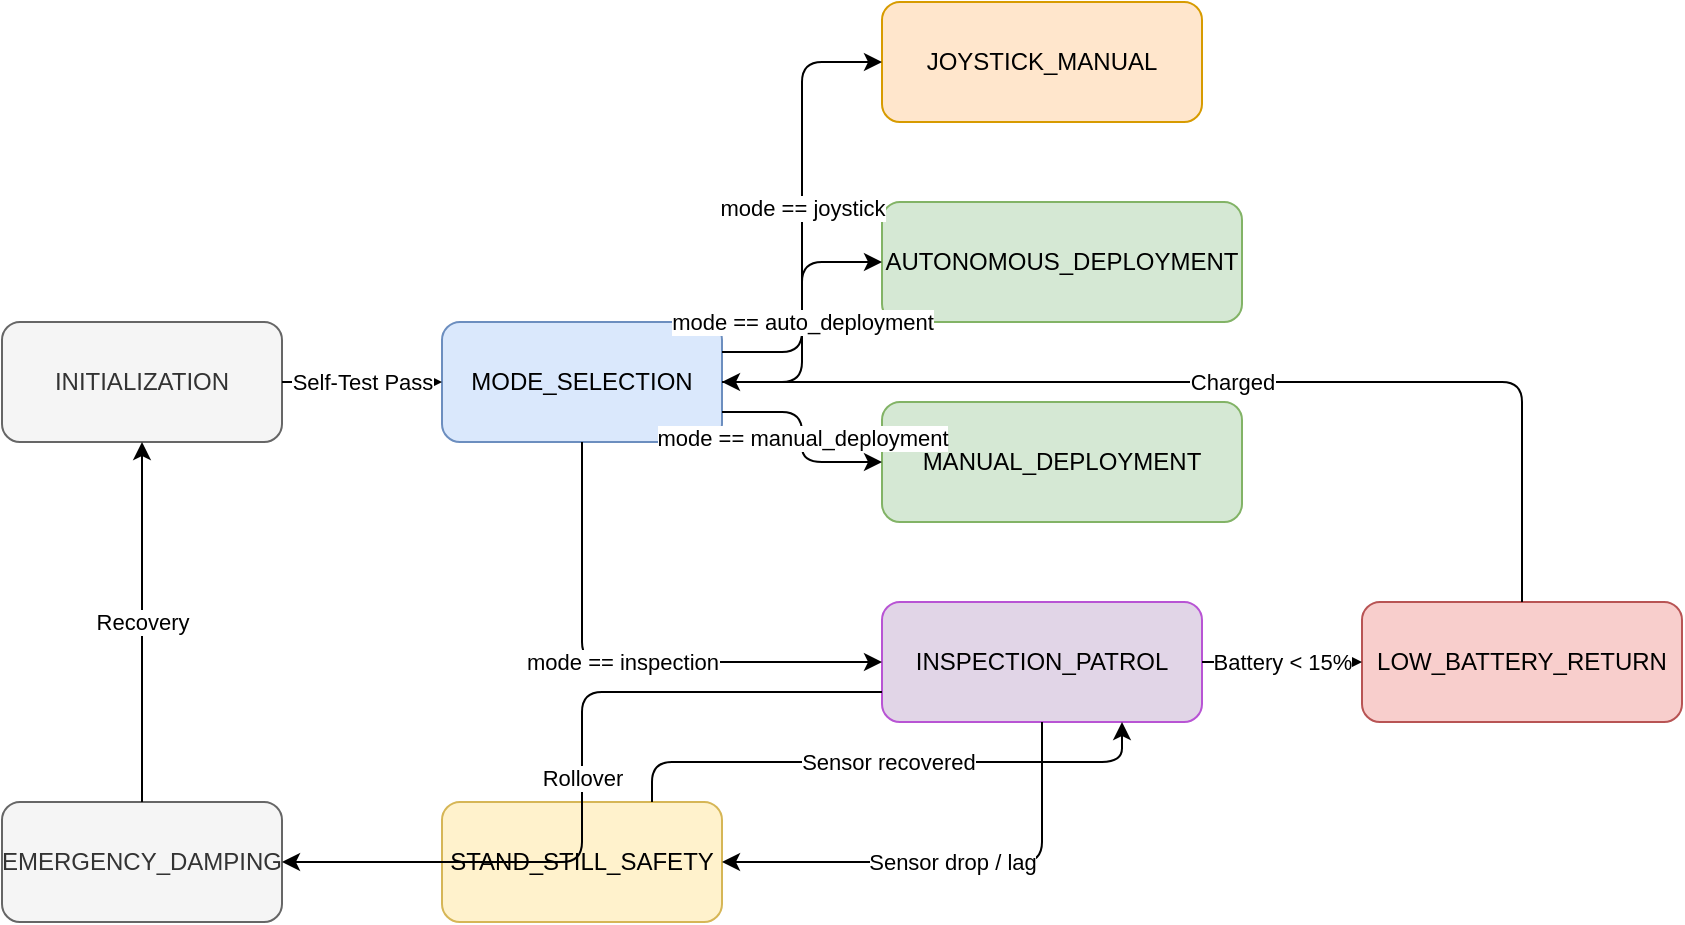
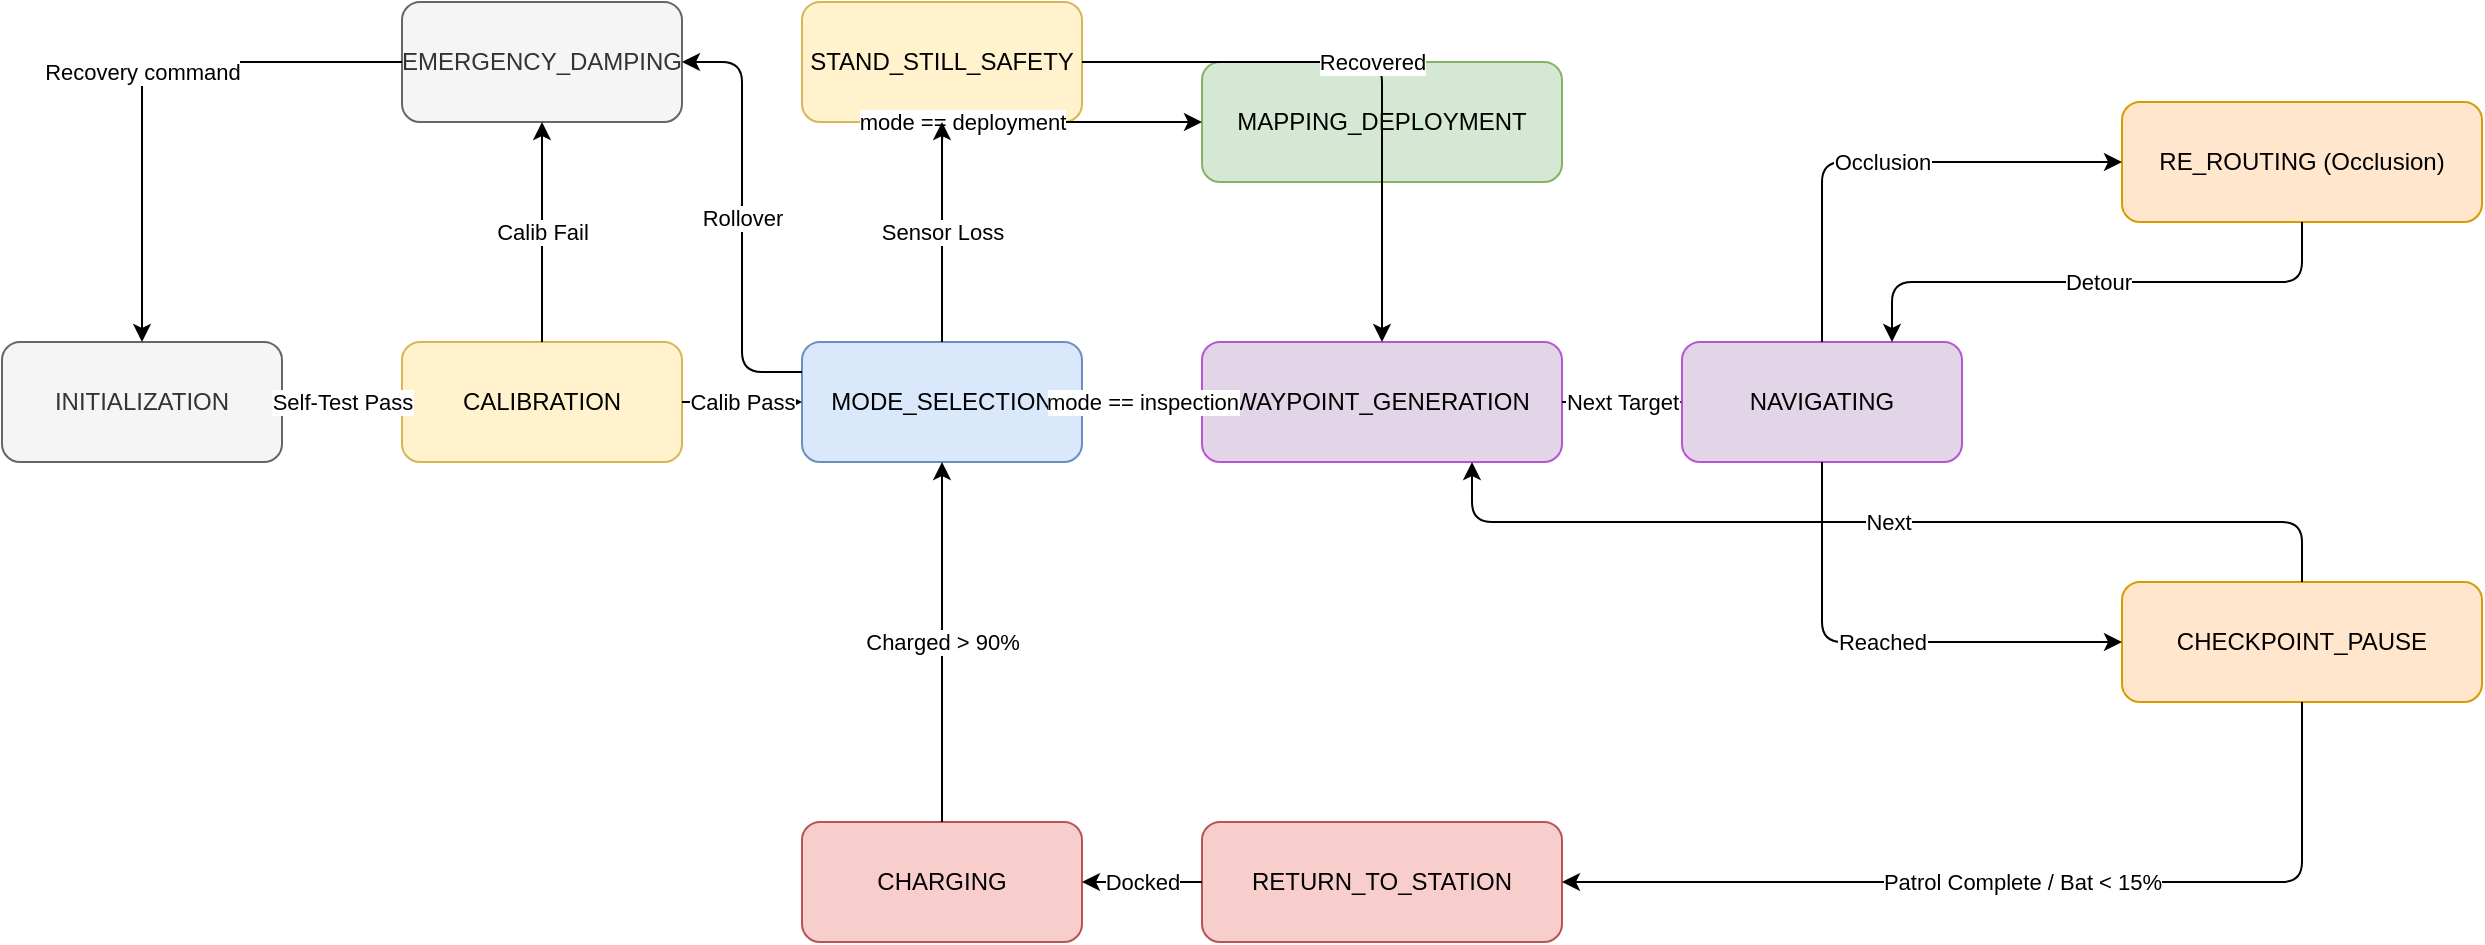
<mxfile host="65bd71144e">
    <diagram id="state-machine" name="Go2 State Machine">
-         <mxGraphModel dx="1000" dy="1000" grid="1" gridSize="10" guides="1" tooltips="1" connect="1" arrows="1" fold="1" page="1" pageScale="1" pageWidth="850" pageHeight="1100" math="0" shadow="0">
+         <mxGraphModel dx="1200" dy="1200" grid="1" gridSize="10" guides="1" tooltips="1" connect="1" arrows="1" fold="1" page="1" pageScale="1" pageWidth="1200" pageHeight="800" math="0" shadow="0">
            <root>
                <mxCell id="0"/>
                <mxCell id="1" parent="0"/>

                <!-- States -->
                <mxCell id="init" value="INITIALIZATION" style="rounded=1;whiteSpace=wrap;html=1;fillColor=#f5f5f5;fontColor=#333333;strokeColor=#666666;" vertex="1" parent="1">
                    <mxGeometry x="40" y="200" width="140" height="60" as="geometry"/>
                </mxCell>
+                 <mxCell id="calibration" value="CALIBRATION" style="rounded=1;whiteSpace=wrap;html=1;fillColor=#fff2cc;strokeColor=#d6b656;" vertex="1" parent="1">
+                     <mxGeometry x="240" y="200" width="140" height="60" as="geometry"/>
+                 </mxCell>
                <mxCell id="selection" value="MODE_SELECTION" style="rounded=1;whiteSpace=wrap;html=1;fillColor=#dae8fc;strokeColor=#6c8ebf;" vertex="1" parent="1">
-                     <mxGeometry x="260" y="200" width="140" height="60" as="geometry"/>
+                     <mxGeometry x="440" y="200" width="140" height="60" as="geometry"/>
                </mxCell>
-                 <mxCell id="joystick" value="JOYSTICK_MANUAL" style="rounded=1;whiteSpace=wrap;html=1;fillColor=#ffe6cc;strokeColor=#d79b00;" vertex="1" parent="1">
-                     <mxGeometry x="480" y="40" width="160" height="60" as="geometry"/>
+                 <mxCell id="mapping" value="MAPPING_DEPLOYMENT" style="rounded=1;whiteSpace=wrap;html=1;fillColor=#d5e8d4;strokeColor=#82b366;" vertex="1" parent="1">
+                     <mxGeometry x="640" y="60" width="180" height="60" as="geometry"/>
                </mxCell>
-                 <mxCell id="auto-map" value="AUTONOMOUS_DEPLOYMENT" style="rounded=1;whiteSpace=wrap;html=1;fillColor=#d5e8d4;strokeColor=#82b366;" vertex="1" parent="1">
-                     <mxGeometry x="480" y="140" width="180" height="60" as="geometry"/>
+                 <mxCell id="waypoint-gen" value="WAYPOINT_GENERATION" style="rounded=1;whiteSpace=wrap;html=1;fillColor=#e1d5e7;strokeColor=#b854d4;" vertex="1" parent="1">
+                     <mxGeometry x="640" y="200" width="180" height="60" as="geometry"/>
                </mxCell>
-                 <mxCell id="manual-map" value="MANUAL_DEPLOYMENT" style="rounded=1;whiteSpace=wrap;html=1;fillColor=#d5e8d4;strokeColor=#82b366;" vertex="1" parent="1">
-                     <mxGeometry x="480" y="240" width="180" height="60" as="geometry"/>
+                 <mxCell id="navigating" value="NAVIGATING" style="rounded=1;whiteSpace=wrap;html=1;fillColor=#e1d5e7;strokeColor=#b854d4;" vertex="1" parent="1">
+                     <mxGeometry x="880" y="200" width="140" height="60" as="geometry"/>
                </mxCell>
-                 <mxCell id="patrol" value="INSPECTION_PATROL" style="rounded=1;whiteSpace=wrap;html=1;fillColor=#e1d5e7;strokeColor=#b854d4;" vertex="1" parent="1">
-                     <mxGeometry x="480" y="340" width="160" height="60" as="geometry"/>
+                 <mxCell id="rerouting" value="RE_ROUTING (Occlusion)" style="rounded=1;whiteSpace=wrap;html=1;fillColor=#ffe6cc;strokeColor=#d79b00;" vertex="1" parent="1">
+                     <mxGeometry x="1100" y="80" width="180" height="60" as="geometry"/>
                </mxCell>
-                 <mxCell id="low-bat" value="LOW_BATTERY_RETURN" style="rounded=1;whiteSpace=wrap;html=1;fillColor=#f8cecc;strokeColor=#b85454;" vertex="1" parent="1">
-                     <mxGeometry x="720" y="340" width="160" height="60" as="geometry"/>
+                 <mxCell id="pause" value="CHECKPOINT_PAUSE" style="rounded=1;whiteSpace=wrap;html=1;fillColor=#ffe6cc;strokeColor=#d79b00;" vertex="1" parent="1">
+                     <mxGeometry x="1100" y="320" width="180" height="60" as="geometry"/>
                </mxCell>
-                 <mxCell id="safety" value="STAND_STILL_SAFETY" style="rounded=1;whiteSpace=wrap;html=1;fillColor=#fff2cc;strokeColor=#d6b656;" vertex="1" parent="1">
-                     <mxGeometry x="260" y="440" width="140" height="60" as="geometry"/>
+                 <mxCell id="return" value="RETURN_TO_STATION" style="rounded=1;whiteSpace=wrap;html=1;fillColor=#f8cecc;strokeColor=#b85454;" vertex="1" parent="1">
+                     <mxGeometry x="640" y="440" width="180" height="60" as="geometry"/>
+                 </mxCell>
+                 <mxCell id="charging" value="CHARGING" style="rounded=1;whiteSpace=wrap;html=1;fillColor=#f8cecc;strokeColor=#b85454;" vertex="1" parent="1">
+                     <mxGeometry x="440" y="440" width="140" height="60" as="geometry"/>
+                 </mxCell>
+                 <mxCell id="stand-still" value="STAND_STILL_SAFETY" style="rounded=1;whiteSpace=wrap;html=1;fillColor=#fff2cc;strokeColor=#d6b656;" vertex="1" parent="1">
+                     <mxGeometry x="440" y="30" width="140" height="60" as="geometry"/>
                </mxCell>
                <mxCell id="damping" value="EMERGENCY_DAMPING" style="rounded=1;whiteSpace=wrap;html=1;fillColor=#f5f5f5;fontColor=#333333;strokeColor=#666666;" vertex="1" parent="1">
-                     <mxGeometry x="40" y="440" width="140" height="60" as="geometry"/>
+                     <mxGeometry x="240" y="30" width="140" height="60" as="geometry"/>
                </mxCell>

                <!-- Edges -->
-                 <mxCell id="e-init-to-select" value="Self-Test Pass" style="edgeStyle=orthogonalEdgeStyle;rounded=1;orthogonalLoop=1;jettySize=auto;html=1;exitX=1;exitY=0.5;exitDx=0;exitDy=0;entryX=0;entryY=0.5;entryDx=0;entryDy=0;" edge="1" parent="1" source="init" target="selection">
+                 <mxCell id="e1" value="Self-Test Pass" style="edgeStyle=orthogonalEdgeStyle;rounded=1;orthogonalLoop=1;jettySize=auto;html=1;exitX=1;exitY=0.5;exitDx=0;exitDy=0;entryX=0;entryY=0.5;entryDx=0;entryDy=0;" edge="1" parent="1" source="init" target="calibration">
                    <mxGeometry relative="1" as="geometry"/>
                </mxCell>
-                 <mxCell id="e-select-to-joy" value="mode == joystick" style="edgeStyle=orthogonalEdgeStyle;rounded=1;orthogonalLoop=1;jettySize=auto;html=1;exitX=1;exitY=0.25;exitDx=0;exitDy=0;entryX=0;entryY=0.5;entryDx=0;entryDy=0;" edge="1" parent="1" source="selection" target="joystick">
+                 <mxCell id="e2" value="Calib Pass" style="edgeStyle=orthogonalEdgeStyle;rounded=1;orthogonalLoop=1;jettySize=auto;html=1;exitX=1;exitY=0.5;exitDx=0;exitDy=0;entryX=0;entryY=0.5;entryDx=0;entryDy=0;" edge="1" parent="1" source="calibration" target="selection">
                    <mxGeometry relative="1" as="geometry"/>
                </mxCell>
-                 <mxCell id="e-select-to-automap" value="mode == auto_deployment" style="edgeStyle=orthogonalEdgeStyle;rounded=1;orthogonalLoop=1;jettySize=auto;html=1;exitX=1;exitY=0.5;exitDx=0;exitDy=0;entryX=0;entryY=0.5;entryDx=0;entryDy=0;" edge="1" parent="1" source="selection" target="auto-map">
+                 <mxCell id="e3" value="mode == deployment" style="edgeStyle=orthogonalEdgeStyle;rounded=1;orthogonalLoop=1;jettySize=auto;html=1;exitX=0.5;exitY=0;exitDx=0;exitDy=0;entryX=0;entryY=0.5;entryDx=0;entryDy=0;" edge="1" parent="1" source="selection" target="mapping">
                    <mxGeometry relative="1" as="geometry"/>
                </mxCell>
-                 <mxCell id="e-select-to-manualmap" value="mode == manual_deployment" style="edgeStyle=orthogonalEdgeStyle;rounded=1;orthogonalLoop=1;jettySize=auto;html=1;exitX=1;exitY=0.75;exitDx=0;exitDy=0;entryX=0;entryY=0.5;entryDx=0;entryDy=0;" edge="1" parent="1" source="selection" target="manual-map">
+                 <mxCell id="e4" value="mode == inspection" style="edgeStyle=orthogonalEdgeStyle;rounded=1;orthogonalLoop=1;jettySize=auto;html=1;exitX=1;exitY=0.5;exitDx=0;exitDy=0;entryX=0;entryY=0.5;entryDx=0;entryDy=0;" edge="1" parent="1" source="selection" target="waypoint-gen">
                    <mxGeometry relative="1" as="geometry"/>
                </mxCell>
-                 <mxCell id="e-select-to-patrol" value="mode == inspection" style="edgeStyle=orthogonalEdgeStyle;rounded=1;orthogonalLoop=1;jettySize=auto;html=1;exitX=0.5;exitY=1;exitDx=0;exitDy=0;entryX=0;entryY=0.5;entryDx=0;entryDy=0;" edge="1" parent="1" source="selection" target="patrol">
+                 <mxCell id="e5" value="Next Target" style="edgeStyle=orthogonalEdgeStyle;rounded=1;orthogonalLoop=1;jettySize=auto;html=1;exitX=1;exitY=0.5;exitDx=0;exitDy=0;entryX=0;entryY=0.5;entryDx=0;entryDy=0;" edge="1" parent="1" source="waypoint-gen" target="navigating">
                    <mxGeometry relative="1" as="geometry"/>
                </mxCell>
-                 <mxCell id="e-patrol-to-lowbat" value="Battery &lt; 15%" style="edgeStyle=orthogonalEdgeStyle;rounded=1;orthogonalLoop=1;jettySize=auto;html=1;exitX=1;exitY=0.5;exitDx=0;exitDy=0;entryX=0;entryY=0.5;entryDx=0;entryDy=0;" edge="1" parent="1" source="patrol" target="low-bat">
+                 <mxCell id="e6" value="Occlusion" style="edgeStyle=orthogonalEdgeStyle;rounded=1;orthogonalLoop=1;jettySize=auto;html=1;exitX=0.5;exitY=0;exitDx=0;exitDy=0;entryX=0;entryY=0.5;entryDx=0;entryDy=0;" edge="1" parent="1" source="navigating" target="rerouting">
                    <mxGeometry relative="1" as="geometry"/>
                </mxCell>
-                 <mxCell id="e-lowbat-to-select" value="Charged" style="edgeStyle=orthogonalEdgeStyle;rounded=1;orthogonalLoop=1;jettySize=auto;html=1;exitX=0.5;exitY=0;exitDx=0;exitDy=0;entryX=1;entryY=0.5;entryDx=0;entryDy=0;" edge="1" parent="1" source="low-bat" target="selection">
+                 <mxCell id="e7" value="Detour" style="edgeStyle=orthogonalEdgeStyle;rounded=1;orthogonalLoop=1;jettySize=auto;html=1;exitX=0.5;exitY=1;exitDx=0;exitDy=0;entryX=0.75;entryY=0;entryDx=0;entryDy=0;" edge="1" parent="1" source="rerouting" target="navigating">
                    <mxGeometry relative="1" as="geometry"/>
                </mxCell>
-                 <mxCell id="e-patrol-to-safety" value="Sensor drop / lag" style="edgeStyle=orthogonalEdgeStyle;rounded=1;orthogonalLoop=1;jettySize=auto;html=1;exitX=0.5;exitY=1;exitDx=0;exitDy=0;entryX=1;entryY=0.5;entryDx=0;entryDy=0;" edge="1" parent="1" source="patrol" target="safety">
+                 <mxCell id="e8" value="Reached" style="edgeStyle=orthogonalEdgeStyle;rounded=1;orthogonalLoop=1;jettySize=auto;html=1;exitX=0.5;exitY=1;exitDx=0;exitDy=0;entryX=0;entryY=0.5;entryDx=0;entryDy=0;" edge="1" parent="1" source="navigating" target="pause">
                    <mxGeometry relative="1" as="geometry"/>
                </mxCell>
-                 <mxCell id="e-safety-to-patrol" value="Sensor recovered" style="edgeStyle=orthogonalEdgeStyle;rounded=1;orthogonalLoop=1;jettySize=auto;html=1;exitX=0.75;exitY=0;exitDx=0;exitDy=0;entryX=0.75;entryY=1;entryDx=0;entryDy=0;" edge="1" parent="1" source="safety" target="patrol">
+                 <mxCell id="e9" value="Next" style="edgeStyle=orthogonalEdgeStyle;rounded=1;orthogonalLoop=1;jettySize=auto;html=1;exitX=0.5;exitY=0;exitDx=0;exitDy=0;entryX=0.75;entryY=1;entryDx=0;entryDy=0;" edge="1" parent="1" source="pause" target="waypoint-gen">
                    <mxGeometry relative="1" as="geometry"/>
                </mxCell>
-                 <mxCell id="e-any-to-damping" value="Rollover" style="edgeStyle=orthogonalEdgeStyle;rounded=1;orthogonalLoop=1;jettySize=auto;html=1;exitX=0;exitY=0.75;exitDx=0;exitDy=0;entryX=1;entryY=0.5;entryDx=0;entryDy=0;" edge="1" parent="1" source="patrol" target="damping">
+                 <mxCell id="e10" value="Patrol Complete / Bat &lt; 15%" style="edgeStyle=orthogonalEdgeStyle;rounded=1;orthogonalLoop=1;jettySize=auto;html=1;exitX=0.5;exitY=1;exitDx=0;exitDy=0;entryX=1;entryY=0.5;entryDx=0;entryDy=0;" edge="1" parent="1" source="pause" target="return">
                    <mxGeometry relative="1" as="geometry"/>
                </mxCell>
-                 <mxCell id="e-damping-to-init" value="Recovery" style="edgeStyle=orthogonalEdgeStyle;rounded=1;orthogonalLoop=1;jettySize=auto;html=1;exitX=0.5;exitY=0;exitDx=0;exitDy=0;entryX=0.5;entryY=1;entryDx=0;entryDy=0;" edge="1" parent="1" source="damping" target="init">
+                 <mxCell id="e11" value="Docked" style="edgeStyle=orthogonalEdgeStyle;rounded=1;orthogonalLoop=1;jettySize=auto;html=1;exitX=0;exitY=0.5;exitDx=0;exitDy=0;entryX=1;entryY=0.5;entryDx=0;entryDy=0;" edge="1" parent="1" source="return" target="charging">
+                     <mxGeometry relative="1" as="geometry"/>
+                 </mxCell>
+                 <mxCell id="e12" value="Charged &gt; 90%" style="edgeStyle=orthogonalEdgeStyle;rounded=1;orthogonalLoop=1;jettySize=auto;html=1;exitX=0.5;exitY=0;exitDx=0;exitDy=0;entryX=0.5;entryY=1;entryDx=0;entryDy=0;" edge="1" parent="1" source="charging" target="selection">
+                     <mxGeometry relative="1" as="geometry"/>
+                 </mxCell>
+                 <mxCell id="e13" value="Sensor Loss" style="edgeStyle=orthogonalEdgeStyle;rounded=1;orthogonalLoop=1;jettySize=auto;html=1;exitX=0.5;exitY=0;exitDx=0;exitDy=0;entryX=0.5;entryY=1;entryDx=0;entryDy=0;" edge="1" parent="1" source="selection" target="stand-still">
+                     <mxGeometry relative="1" as="geometry"/>
+                 </mxCell>
+                 <mxCell id="e14" value="Recovered" style="edgeStyle=orthogonalEdgeStyle;rounded=1;orthogonalLoop=1;jettySize=auto;html=1;exitX=1;exitY=0.5;exitDx=0;exitDy=0;entryX=0.5;entryY=0;entryDx=0;entryDy=0;" edge="1" parent="1" source="stand-still" target="waypoint-gen">
+                     <mxGeometry relative="1" as="geometry"/>
+                 </mxCell>
+                 <mxCell id="e15" value="Rollover" style="edgeStyle=orthogonalEdgeStyle;rounded=1;orthogonalLoop=1;jettySize=auto;html=1;exitX=0;exitY=0.25;exitDx=0;exitDy=0;entryX=1;entryY=0.5;entryDx=0;entryDy=0;" edge="1" parent="1" source="selection" target="damping">
+                     <mxGeometry relative="1" as="geometry"/>
+                 </mxCell>
+                 <mxCell id="e16" value="Calib Fail" style="edgeStyle=orthogonalEdgeStyle;rounded=1;orthogonalLoop=1;jettySize=auto;html=1;exitX=0.5;exitY=0;exitDx=0;exitDy=0;entryX=0.5;entryY=1;entryDx=0;entryDy=0;" edge="1" parent="1" source="calibration" target="damping">
+                     <mxGeometry relative="1" as="geometry"/>
+                 </mxCell>
+                 <mxCell id="e17" value="Recovery command" style="edgeStyle=orthogonalEdgeStyle;rounded=1;orthogonalLoop=1;jettySize=auto;html=1;exitX=0;exitY=0.5;exitDx=0;exitDy=0;entryX=0.5;entryY=0;entryDx=0;entryDy=0;" edge="1" parent="1" source="damping" target="init">
                    <mxGeometry relative="1" as="geometry"/>
                </mxCell>
            </root>
        </mxGraphModel>
    </diagram>
</mxfile>